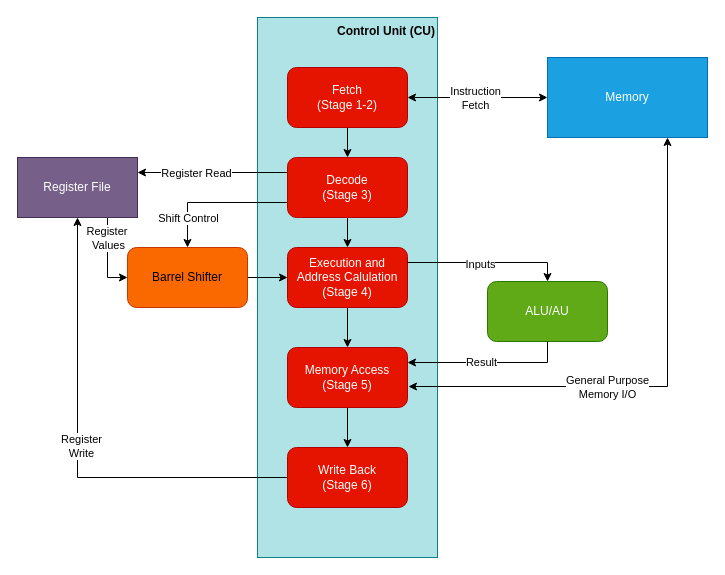
Earlier version of the draw.io diagram docs/reference/diagrams/cpu-block-diagram.drawio.xml (NoxHarmonium/sirc). Source tidied: cells renumbered, new cells numbered last; positions are measured from the earlier drawing's top-left corner, leaving out a move shared by most shapes. Both pictures are drawn from the tidied source at 100%, with x=0, y=0 at pixel (17, 17).
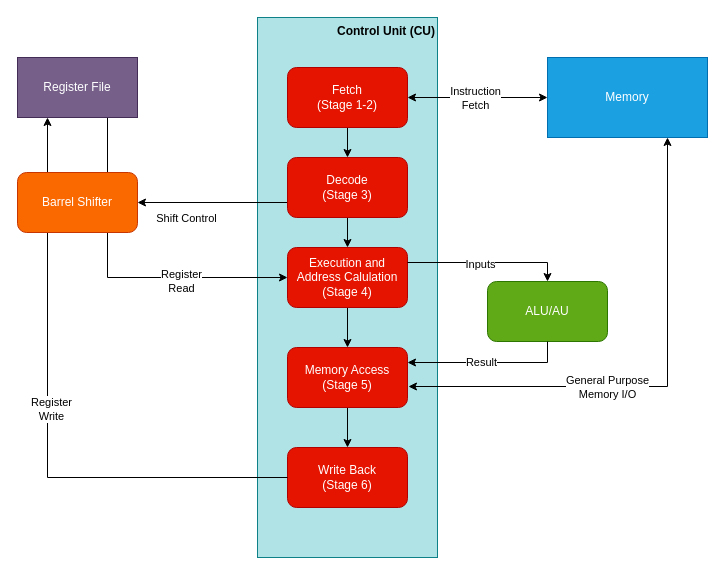
Above is the later version.

Commit message (it also covers changes not shown here):
docs: update arch diagram to show that writeback to registers can be shifted

The change refers to these unchanged cells:
```xml
<mxCell id="6" value="&lt;div&gt;Execution and Address Calulation&lt;/div&gt;&lt;div&gt;(Stage 4)&lt;/div&gt;" style="rounded=1;whiteSpace=wrap;html=1;fillColor=#e51400;fontColor=#ffffff;strokeColor=#B20000;" parent="1" vertex="1">
  <mxGeometry x="270" y="230" width="120" height="60" as="geometry" />
</mxCell>
<mxCell id="11" value="Write Back&lt;div&gt;(Stage 6)&lt;/div&gt;" style="rounded=1;whiteSpace=wrap;html=1;fillColor=#e51400;fontColor=#ffffff;strokeColor=#B20000;" parent="1" vertex="1">
  <mxGeometry x="270" y="430" width="120" height="60" as="geometry" />
</mxCell>
<mxCell id="30" value="&lt;div&gt;Decode&lt;/div&gt;&lt;div&gt;(Stage 3)&lt;/div&gt;" style="rounded=1;whiteSpace=wrap;html=1;fillColor=#e51400;fontColor=#ffffff;strokeColor=#B20000;" parent="1" vertex="1">
  <mxGeometry x="270" y="140" width="120" height="60" as="geometry" />
</mxCell>
```

Change to the diagram source:
```diff
@@
+    <mxCell id="33" style="edgeStyle=orthogonalEdgeStyle;rounded=0;jettySize=auto;html=1;exitX=0.75;exitY=1;exitDx=0;exitDy=0;entryX=0;entryY=0.5;entryDx=0;entryDy=0;" parent="1" edge="1" source="20" target="6">
+      <mxGeometry relative="1" as="geometry" />
+    </mxCell>
+    <mxCell id="27" value="&lt;div&gt;Register&lt;/div&gt;&lt;div&gt;Read&lt;/div&gt;" style="edgeLabel;html=1;align=center;verticalAlign=middle;" parent="33" vertex="1">
+      <mxGeometry x="0.37" y="-3" relative="1" as="geometry" />
+    </mxCell>
@@
-    <mxCell id="9" style="edgeStyle=orthogonalEdgeStyle;rounded=0;jettySize=auto;html=1;exitX=0;exitY=0.5;exitDx=0;exitDy=0;entryX=0.5;entryY=1;entryDx=0;entryDy=0;" parent="1" edge="1" source="11" target="20">
-      <mxGeometry relative="1" as="geometry" />
-    </mxCell>
-    <mxCell id="10" value="&lt;div&gt;Register&lt;/div&gt;&lt;div&gt;Write&lt;/div&gt;" style="edgeLabel;html=1;align=center;verticalAlign=middle;" parent="9" vertex="1">
-      <mxGeometry x="0.03" y="-3" relative="1" as="geometry" />
-    </mxCell>
@@
-    <mxCell id="18" style="edgeStyle=orthogonalEdgeStyle;rounded=0;jettySize=auto;html=1;exitX=0.75;exitY=1;exitDx=0;exitDy=0;entryX=0;entryY=0.5;entryDx=0;entryDy=0;" parent="1" edge="1" source="20" target="22">
-      <mxGeometry relative="1" as="geometry" />
-    </mxCell>
-    <mxCell id="19" value="&lt;div&gt;Register&amp;nbsp;&lt;/div&gt;&lt;div&gt;Values&lt;/div&gt;" style="edgeLabel;html=1;align=center;verticalAlign=middle;" parent="18" vertex="1">
-      <mxGeometry x="-0.28" y="3" relative="1" as="geometry">
-        <mxPoint x="-3" y="-9" as="offset" />
-      </mxGeometry>
-    </mxCell>
     <mxCell id="20" value="Register File" style="rounded=0;whiteSpace=wrap;html=1;fillColor=#76608a;fontColor=#ffffff;strokeColor=#432D57;" parent="1" vertex="1">
-      <mxGeometry y="140" width="120" height="60" as="geometry" />
+      <mxGeometry y="40" width="120" height="60" as="geometry" />
     </mxCell>
-    <mxCell id="21" style="edgeStyle=orthogonalEdgeStyle;rounded=0;jettySize=auto;html=1;exitX=1;exitY=0.5;exitDx=0;exitDy=0;entryX=0;entryY=0.5;entryDx=0;entryDy=0;" parent="1" edge="1" source="22" target="6">
-      <mxGeometry relative="1" as="geometry" />
-    </mxCell>
-    <mxCell id="22" value="Barrel Shifter" style="rounded=1;whiteSpace=wrap;html=1;fillColor=#fa6800;fontColor=#000000;strokeColor=#C73500;" parent="1" vertex="1">
-      <mxGeometry x="110" y="230" width="120" height="60" as="geometry" />
-    </mxCell>
@@
-    <mxCell id="26" style="edgeStyle=orthogonalEdgeStyle;rounded=0;jettySize=auto;html=1;exitX=0;exitY=0.25;exitDx=0;exitDy=0;entryX=1;entryY=0.25;entryDx=0;entryDy=0;" parent="1" edge="1" source="30" target="20">
-      <mxGeometry relative="1" as="geometry" />
-    </mxCell>
-    <mxCell id="27" value="Register Read" style="edgeLabel;html=1;align=center;verticalAlign=middle;" parent="26" vertex="1">
-      <mxGeometry x="0.23" relative="1" as="geometry" />
-    </mxCell>
-    <mxCell id="28" style="edgeStyle=orthogonalEdgeStyle;rounded=0;jettySize=auto;html=1;exitX=0;exitY=0.75;exitDx=0;exitDy=0;entryX=0.5;entryY=0;entryDx=0;entryDy=0;" parent="1" edge="1" source="30" target="22">
+    <mxCell id="28" style="edgeStyle=orthogonalEdgeStyle;rounded=0;jettySize=auto;html=1;exitX=0;exitY=0.75;exitDx=0;exitDy=0;entryX=1;entryY=0.5;entryDx=0;entryDy=0;" parent="1" edge="1" source="30" target="22">
       <mxGeometry relative="1" as="geometry" />
     </mxCell>
@@
+    <mxCell id="9" style="edgeStyle=orthogonalEdgeStyle;rounded=0;jettySize=auto;html=1;exitX=0;exitY=0.5;exitDx=0;exitDy=0;entryX=0.25;entryY=1;entryDx=0;entryDy=0;" parent="1" edge="1" source="11" target="20">
+      <mxGeometry relative="1" as="geometry" />
+    </mxCell>
+    <mxCell id="10" value="&lt;div&gt;Register&lt;/div&gt;&lt;div&gt;Write&lt;/div&gt;" style="edgeLabel;html=1;align=center;verticalAlign=middle;" parent="9" vertex="1">
+      <mxGeometry x="0.03" y="-3" relative="1" as="geometry" />
+    </mxCell>
+    <mxCell id="22" value="&lt;span style=&quot;color: rgb(255, 255, 255);&quot;&gt;Barrel Shifter&lt;/span&gt;" style="rounded=1;whiteSpace=wrap;html=1;fillColor=#fa6800;fontColor=#000000;strokeColor=#C73500;" parent="1" vertex="1">
+      <mxGeometry y="155" width="120" height="60" as="geometry" />
+    </mxCell>
```
